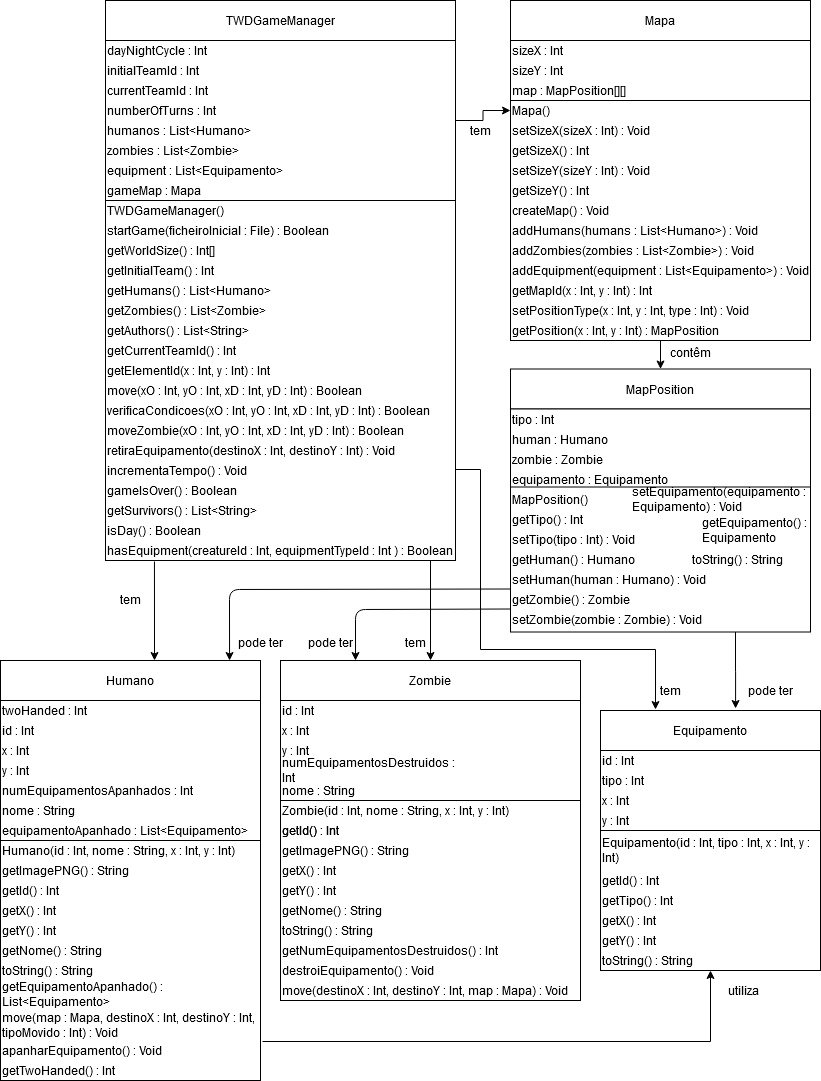
Before: diagrama.png, a diagram exported from draw.io (DiogoAraujoHUB/LP2WalkingDEISI). Source tidied: cells renumbered, new cells last; positions are measured from the earlier drawing's top-left corner, leaving out a move shared by most shapes.
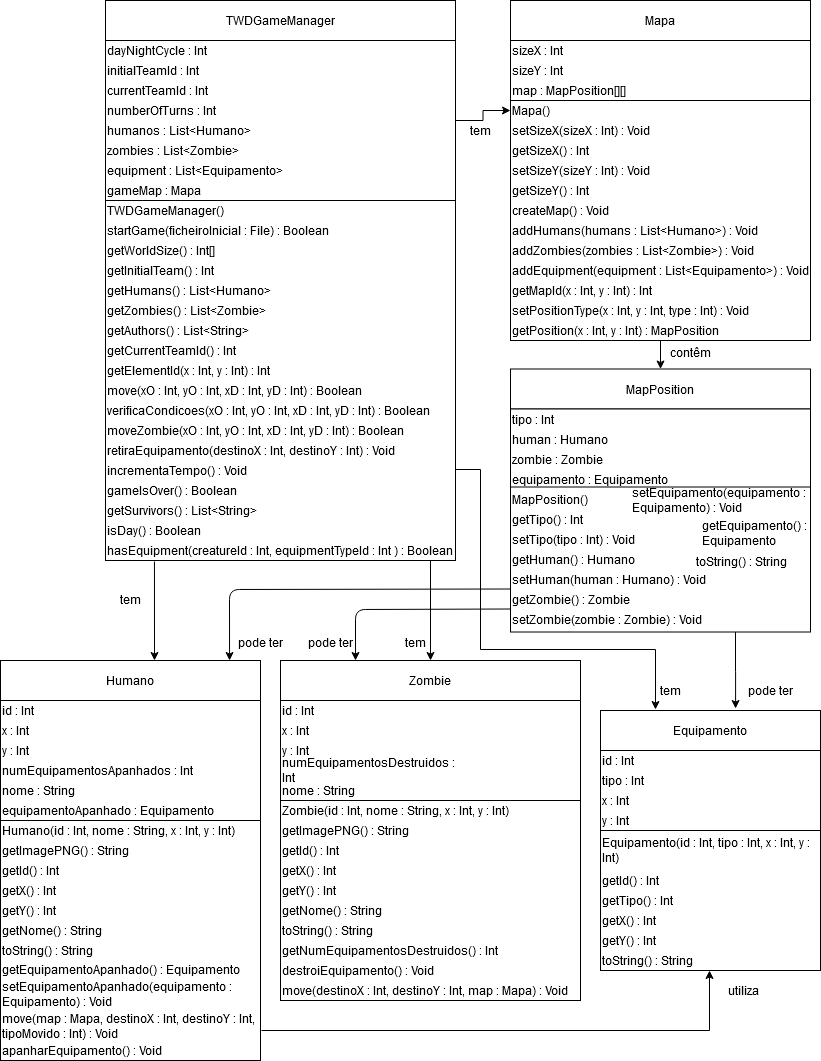
The same file after the commit.

Change to the diagram source:
```diff
@@ -57,15 +57,20 @@
       <mxGeometry y="660" width="260" height="40" as="geometry" />
     </mxCell>
     <mxCell id="16" style="rounded=0;whiteSpace=wrap;html=1;" parent="1" vertex="1">
-      <mxGeometry y="700" width="260" height="140" as="geometry" />
+      <mxGeometry y="700" width="260" height="120" as="geometry" />
     </mxCell>
-    <mxCell id="17" style="edgeStyle=orthogonalEdgeStyle;rounded=0;jettySize=auto;html=1;entryX=0.5;entryY=1;entryDx=0;entryDy=0;" parent="1" edge="1" target="24">
+    <mxCell id="17" style="edgeStyle=orthogonalEdgeStyle;rounded=0;orthogonalLoop=1;jettySize=auto;html=1;entryX=0.5;entryY=1;entryDx=0;entryDy=0;" parent="1" edge="1">
       <mxGeometry relative="1" as="geometry">
-        <mxPoint x="262" y="1041" as="sourcePoint" />
+        <mxPoint x="261" y="1030" as="sourcePoint" />
+        <mxPoint x="709" y="970" as="targetPoint" />
+        <Array as="points">
+          <mxPoint x="261" y="1030" />
+          <mxPoint x="709" y="1030" />
+        </Array>
       </mxGeometry>
     </mxCell>
     <mxCell id="18" style="rounded=0;whiteSpace=wrap;html=1;" parent="1" vertex="1">
-      <mxGeometry y="840" width="260" height="240" as="geometry" />
+      <mxGeometry y="820" width="260" height="240" as="geometry" />
     </mxCell>
     <mxCell id="19" value="Zombie" style="rounded=0;whiteSpace=wrap;html=1;" parent="1" vertex="1">
       <mxGeometry x="280" y="660" width="300" height="40" as="geometry" />
@@ -166,60 +171,54 @@
     <mxCell id="51" value="hasEquipment(creatureId : Int, equipmentTypeId : Int ) : Boolean" style="text;html=1;strokeColor=none;fillColor=none;align=left;verticalAlign=middle;whiteSpace=wrap;rounded=0;" parent="1" vertex="1">
       <mxGeometry x="105" y="540" width="360" height="20" as="geometry" />
     </mxCell>
-    <mxCell id="52" value="twoHanded : Int" style="text;html=1;strokeColor=none;fillColor=none;align=left;verticalAlign=middle;whiteSpace=wrap;rounded=0;" parent="1" vertex="1">
-      <mxGeometry y="700" width="105" height="20" as="geometry" />
-    </mxCell>
     <mxCell id="53" value="id : Int" style="text;html=1;strokeColor=none;fillColor=none;align=left;verticalAlign=middle;whiteSpace=wrap;rounded=0;" parent="1" vertex="1">
-      <mxGeometry y="720" width="145" height="20" as="geometry" />
+      <mxGeometry y="700" width="145" height="20" as="geometry" />
     </mxCell>
     <mxCell id="54" value="x : Int" style="text;html=1;strokeColor=none;fillColor=none;align=left;verticalAlign=middle;whiteSpace=wrap;rounded=0;" parent="1" vertex="1">
-      <mxGeometry y="740" width="145" height="20" as="geometry" />
+      <mxGeometry y="720" width="145" height="20" as="geometry" />
     </mxCell>
     <mxCell id="55" value="y : Int" style="text;html=1;strokeColor=none;fillColor=none;align=left;verticalAlign=middle;whiteSpace=wrap;rounded=0;" parent="1" vertex="1">
-      <mxGeometry y="760" width="55" height="20" as="geometry" />
+      <mxGeometry y="740" width="55" height="20" as="geometry" />
     </mxCell>
     <mxCell id="56" value="numEquipamentosApanhados : Int" style="text;html=1;strokeColor=none;fillColor=none;align=left;verticalAlign=middle;whiteSpace=wrap;rounded=0;" parent="1" vertex="1">
-      <mxGeometry y="780" width="205" height="20" as="geometry" />
+      <mxGeometry y="760" width="205" height="20" as="geometry" />
     </mxCell>
     <mxCell id="57" value="nome : String" style="text;html=1;strokeColor=none;fillColor=none;align=left;verticalAlign=middle;whiteSpace=wrap;rounded=0;" parent="1" vertex="1">
-      <mxGeometry y="800" width="205" height="20" as="geometry" />
+      <mxGeometry y="780" width="205" height="20" as="geometry" />
     </mxCell>
-    <mxCell id="58" value="equipamentoApanhado : List&amp;lt;Equipamento&amp;gt;" style="text;html=1;strokeColor=none;fillColor=none;align=left;verticalAlign=middle;whiteSpace=wrap;rounded=0;" parent="1" vertex="1">
-      <mxGeometry y="820" width="250" height="20" as="geometry" />
+    <mxCell id="58" value="equipamentoApanhado : Equipamento" style="text;html=1;strokeColor=none;fillColor=none;align=left;verticalAlign=middle;whiteSpace=wrap;rounded=0;" parent="1" vertex="1">
+      <mxGeometry y="800" width="250" height="20" as="geometry" />
     </mxCell>
     <mxCell id="59" value="Humano(id : Int, nome : String, x : Int, y : Int)" style="text;html=1;strokeColor=none;fillColor=none;align=left;verticalAlign=middle;whiteSpace=wrap;rounded=0;" parent="1" vertex="1">
-      <mxGeometry y="840" width="250" height="20" as="geometry" />
+      <mxGeometry y="820" width="250" height="20" as="geometry" />
     </mxCell>
     <mxCell id="60" value="getImagePNG() : String" style="text;html=1;strokeColor=none;fillColor=none;align=left;verticalAlign=middle;whiteSpace=wrap;rounded=0;" parent="1" vertex="1">
-      <mxGeometry y="860" width="250" height="20" as="geometry" />
+      <mxGeometry y="840" width="250" height="20" as="geometry" />
     </mxCell>
     <mxCell id="61" value="getId() : Int" style="text;html=1;strokeColor=none;fillColor=none;align=left;verticalAlign=middle;whiteSpace=wrap;rounded=0;" parent="1" vertex="1">
-      <mxGeometry y="880" width="180" height="20" as="geometry" />
+      <mxGeometry y="860" width="180" height="20" as="geometry" />
     </mxCell>
     <mxCell id="62" value="getX() : Int" style="text;html=1;strokeColor=none;fillColor=none;align=left;verticalAlign=middle;whiteSpace=wrap;rounded=0;" parent="1" vertex="1">
-      <mxGeometry y="900" width="250" height="20" as="geometry" />
+      <mxGeometry y="880" width="250" height="20" as="geometry" />
     </mxCell>
     <mxCell id="63" value="getY() : Int" style="text;html=1;strokeColor=none;fillColor=none;align=left;verticalAlign=middle;whiteSpace=wrap;rounded=0;" parent="1" vertex="1">
-      <mxGeometry y="920" width="100" height="20" as="geometry" />
+      <mxGeometry y="900" width="100" height="20" as="geometry" />
     </mxCell>
     <mxCell id="64" value="getNome() : String" style="text;html=1;strokeColor=none;fillColor=none;align=left;verticalAlign=middle;whiteSpace=wrap;rounded=0;" parent="1" vertex="1">
-      <mxGeometry y="940" width="250" height="20" as="geometry" />
+      <mxGeometry y="920" width="250" height="20" as="geometry" />
     </mxCell>
     <mxCell id="65" value="toString() : String" style="text;html=1;strokeColor=none;fillColor=none;align=left;verticalAlign=middle;whiteSpace=wrap;rounded=0;" parent="1" vertex="1">
-      <mxGeometry y="960" width="250" height="20" as="geometry" />
+      <mxGeometry y="940" width="250" height="20" as="geometry" />
     </mxCell>
-    <mxCell id="66" value="getEquipamentoApanhado() : List&amp;lt;Equipamento&amp;gt;" style="text;html=1;strokeColor=none;fillColor=none;align=left;verticalAlign=middle;whiteSpace=wrap;rounded=0;" parent="1" vertex="1">
-      <mxGeometry y="984" width="260" height="20" as="geometry" />
+    <mxCell id="66" value="getEquipamentoApanhado() : Equipamento" style="text;html=1;strokeColor=none;fillColor=none;align=left;verticalAlign=middle;whiteSpace=wrap;rounded=0;" parent="1" vertex="1">
+      <mxGeometry y="959" width="270" height="20" as="geometry" />
     </mxCell>
     <mxCell id="67" value="move(map : Mapa, destinoX : Int, destinoY : Int, tipoMovido : Int) : Void" style="text;html=1;strokeColor=none;fillColor=none;align=left;verticalAlign=middle;whiteSpace=wrap;rounded=0;" parent="1" vertex="1">
-      <mxGeometry y="1015" width="270" height="20" as="geometry" />
+      <mxGeometry y="1016" width="270" height="20" as="geometry" />
     </mxCell>
     <mxCell id="68" value="apanharEquipamento() : Void" style="text;html=1;strokeColor=none;fillColor=none;align=left;verticalAlign=middle;whiteSpace=wrap;rounded=0;" parent="1" vertex="1">
       <mxGeometry y="1040" width="250" height="20" as="geometry" />
     </mxCell>
-    <mxCell id="69" value="getTwoHanded() : Int" style="text;html=1;strokeColor=none;fillColor=none;align=left;verticalAlign=middle;whiteSpace=wrap;rounded=0;" parent="1" vertex="1">
-      <mxGeometry y="1060" width="250" height="20" as="geometry" />
-    </mxCell>
     <mxCell id="70" value="id : Int" style="text;html=1;strokeColor=none;fillColor=none;align=left;verticalAlign=middle;whiteSpace=wrap;rounded=0;" parent="1" vertex="1">
       <mxGeometry x="280" y="700" width="105" height="20" as="geometry" />
     </mxCell>
@@ -239,10 +238,10 @@
       <mxGeometry x="280" y="800" width="240" height="20" as="geometry" />
     </mxCell>
     <mxCell id="76" value="getId() : Int" style="text;html=1;strokeColor=none;fillColor=none;align=left;verticalAlign=middle;whiteSpace=wrap;rounded=0;" parent="1" vertex="1">
-      <mxGeometry x="280" y="820" width="100" height="20" as="geometry" />
+      <mxGeometry x="280" y="840" width="100" height="20" as="geometry" />
     </mxCell>
     <mxCell id="77" value="getImagePNG() : String" style="text;html=1;strokeColor=none;fillColor=none;align=left;verticalAlign=middle;whiteSpace=wrap;rounded=0;" parent="1" vertex="1">
-      <mxGeometry x="280" y="840" width="140" height="20" as="geometry" />
+      <mxGeometry x="280" y="820" width="140" height="20" as="geometry" />
     </mxCell>
     <mxCell id="78" value="getX() : Int" style="text;html=1;strokeColor=none;fillColor=none;align=left;verticalAlign=middle;whiteSpace=wrap;rounded=0;" parent="1" vertex="1">
       <mxGeometry x="280" y="860" width="100" height="20" as="geometry" />
@@ -280,9 +279,6 @@
     <mxCell id="89" value="Equipamento(id : Int, tipo : Int, x : Int, y : Int)" style="text;html=1;strokeColor=none;fillColor=none;align=left;verticalAlign=middle;whiteSpace=wrap;rounded=0;" parent="1" vertex="1">
       <mxGeometry x="600" y="840" width="210" height="20" as="geometry" />
     </mxCell>
-    <mxCell id="90" value="getId() : Int" style="text;html=1;strokeColor=none;fillColor=none;align=left;verticalAlign=middle;whiteSpace=wrap;rounded=0;" parent="1" vertex="1">
-      <mxGeometry x="280" y="820" width="100" height="20" as="geometry" />
-    </mxCell>
     <mxCell id="91" value="getId() : Int" style="text;html=1;strokeColor=none;fillColor=none;align=left;verticalAlign=middle;whiteSpace=wrap;rounded=0;" parent="1" vertex="1">
       <mxGeometry x="600" y="870" width="140" height="20" as="geometry" />
     </mxCell>
@@ -380,13 +376,13 @@
       <mxGeometry x="510" y="608.5" width="207.5" height="20" as="geometry" />
     </mxCell>
     <mxCell id="123" value="setEquipamento(equipamento : Equipamento) : Void" style="text;html=1;strokeColor=none;fillColor=none;align=left;verticalAlign=middle;whiteSpace=wrap;rounded=0;" parent="1" vertex="1">
-      <mxGeometry x="630" y="488.5" width="180" height="20" as="geometry" />
+      <mxGeometry x="630" y="489.5" width="180" height="20" as="geometry" />
     </mxCell>
     <mxCell id="124" value="getEquipamento() : Equipamento" style="text;html=1;strokeColor=none;fillColor=none;align=left;verticalAlign=middle;whiteSpace=wrap;rounded=0;" parent="1" vertex="1">
-      <mxGeometry x="700" y="520" width="110" height="20" as="geometry" />
+      <mxGeometry x="700" y="523" width="110" height="20" as="geometry" />
     </mxCell>
     <mxCell id="125" value="toString() : String" style="text;html=1;strokeColor=none;fillColor=none;align=left;verticalAlign=middle;whiteSpace=wrap;rounded=0;" parent="1" vertex="1">
-      <mxGeometry x="690" y="548.5" width="120" height="20" as="geometry" />
+      <mxGeometry x="694" y="550.5" width="120" height="20" as="geometry" />
     </mxCell>
     <mxCell id="126" style="endArrow=classic;html=1;exitX=0;exitY=1;exitDx=0;exitDy=0;entryX=0.881;entryY=0;entryDx=0;entryDy=0;entryPerimeter=0;" parent="1" edge="1" source="120" target="15">
       <mxGeometry relative="1" as="geometry">
@@ -435,5 +431,8 @@
     <mxCell id="137" value="utiliza" style="text;html=1;align=center;verticalAlign=middle;" parent="1" vertex="1">
       <mxGeometry x="717.5" y="980" width="50" height="20" as="geometry" />
     </mxCell>
+    <mxCell id="138" value="setEquipamentoApanhado(equipamento : Equipamento) : Void" style="text;html=1;strokeColor=none;fillColor=none;align=left;verticalAlign=middle;whiteSpace=wrap;rounded=0;" parent="1" vertex="1">
+      <mxGeometry y="984" width="270" height="20" as="geometry" />
+    </mxCell>
   </root>
 </mxGraphModel>
```
